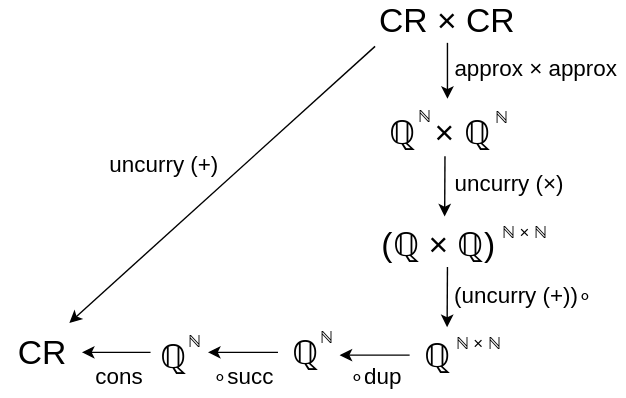
The draw.io diagram images/diagrams/sum.svg in tiago-bacelar/masters-thesis, before a commit. Source tidied: cells renumbered, new cells last; positions are measured from the earlier drawing's top-left corner, leaving out a move shared by most shapes. The source it was exported from:
```xml
<mxGraphModel>
  <root>
    <mxCell id="0" />
    <mxCell id="1" parent="0" />
    <mxCell id="2" value="&lt;font style=&quot;font-size: 24px;&quot;&gt;CR&amp;nbsp;&lt;/font&gt;&lt;font style=&quot;font-size: 24px;&quot;&gt;×&lt;/font&gt;&lt;font style=&quot;font-size: 24px;&quot;&gt;&amp;nbsp;CR&lt;/font&gt;" style="text;html=1;whiteSpace=wrap;strokeColor=none;fillColor=none;align=center;verticalAlign=middle;rounded=0;" parent="1" vertex="1">
      <mxGeometry x="260" width="118" height="30" as="geometry" />
    </mxCell>
    <mxCell id="3" style="endArrow=classic;html=1;rounded=0;" parent="1" edge="1">
      <mxGeometry relative="1" as="geometry">
        <mxPoint x="319" y="30" as="sourcePoint" />
        <mxPoint x="319" y="70" as="targetPoint" />
      </mxGeometry>
    </mxCell>
    <mxCell id="4" value="&lt;font style=&quot;font-size: 24px;&quot;&gt;ℚ&lt;/font&gt;&lt;font style=&quot;font-size: 24px;&quot;&gt;&amp;nbsp;&lt;/font&gt;&lt;font style=&quot;font-size: 24px;&quot;&gt;&amp;nbsp;×&lt;/font&gt;&lt;font style=&quot;font-size: 24px;&quot;&gt;&amp;nbsp;&lt;/font&gt;&lt;font style=&quot;font-size: 24px;&quot;&gt;ℚ&lt;/font&gt;" style="text;html=1;whiteSpace=wrap;strokeColor=none;fillColor=none;align=center;verticalAlign=middle;rounded=0;" parent="1" vertex="1">
      <mxGeometry x="255" y="80" width="118" height="30" as="geometry" />
    </mxCell>
    <mxCell id="5" value="&lt;font&gt;ℕ&lt;/font&gt;" style="text;html=1;whiteSpace=wrap;strokeColor=none;fillColor=none;align=center;verticalAlign=middle;rounded=0;" parent="1" vertex="1">
      <mxGeometry x="288" y="73" width="30" height="20" as="geometry" />
    </mxCell>
    <mxCell id="6" value="&lt;font&gt;ℕ&lt;/font&gt;" style="text;html=1;whiteSpace=wrap;strokeColor=none;fillColor=none;align=center;verticalAlign=middle;rounded=0;" parent="1" vertex="1">
      <mxGeometry x="343" y="74" width="30" height="20" as="geometry" />
    </mxCell>
    <mxCell id="7" value="&lt;font style=&quot;font-size: 24px;&quot;&gt;(&lt;/font&gt;&lt;font style=&quot;font-size: 24px;&quot;&gt;ℚ&lt;/font&gt;&lt;font style=&quot;font-size: 24px;&quot;&gt;&amp;nbsp;×&amp;nbsp;&lt;/font&gt;&lt;font style=&quot;font-size: 24px;&quot;&gt;ℚ)&lt;/font&gt;" style="text;html=1;whiteSpace=wrap;strokeColor=none;fillColor=none;align=center;verticalAlign=middle;rounded=0;" parent="1" vertex="1">
      <mxGeometry x="254" y="160" width="118" height="30" as="geometry" />
    </mxCell>
    <mxCell id="8" style="endArrow=classic;html=1;rounded=0;" parent="1" edge="1">
      <mxGeometry relative="1" as="geometry">
        <mxPoint x="319" y="190" as="sourcePoint" />
        <mxPoint x="318.8" y="233" as="targetPoint" />
      </mxGeometry>
    </mxCell>
    <mxCell id="9" value="&lt;font style=&quot;font-size: 24px;&quot;&gt;ℚ&lt;/font&gt;" style="text;html=1;whiteSpace=wrap;strokeColor=none;fillColor=none;align=center;verticalAlign=middle;rounded=0;" parent="1" vertex="1">
      <mxGeometry x="204" y="237" width="28" height="30" as="geometry" />
    </mxCell>
    <mxCell id="10" value="&lt;font&gt;ℕ&lt;/font&gt;" style="text;html=1;whiteSpace=wrap;strokeColor=none;fillColor=none;align=center;verticalAlign=middle;rounded=0;" parent="1" vertex="1">
      <mxGeometry x="218" y="231" width="30" height="20" as="geometry" />
    </mxCell>
    <mxCell id="11" style="endArrow=classic;html=1;rounded=0;" parent="1" edge="1">
      <mxGeometry relative="1" as="geometry">
        <mxPoint x="198" y="251" as="sourcePoint" />
        <mxPoint x="148" y="251" as="targetPoint" />
      </mxGeometry>
    </mxCell>
    <mxCell id="12" value="&lt;font style=&quot;font-size: 24px;&quot;&gt;ℚ&lt;/font&gt;" style="text;html=1;whiteSpace=wrap;strokeColor=none;fillColor=none;align=center;verticalAlign=middle;rounded=0;" parent="1" vertex="1">
      <mxGeometry x="109.5" y="240" width="28" height="30" as="geometry" />
    </mxCell>
    <mxCell id="13" value="&lt;font&gt;ℕ&lt;/font&gt;" style="text;html=1;whiteSpace=wrap;strokeColor=none;fillColor=none;align=center;verticalAlign=middle;rounded=0;" parent="1" vertex="1">
      <mxGeometry x="123.5" y="234" width="30" height="20" as="geometry" />
    </mxCell>
    <mxCell id="14" style="endArrow=classic;html=1;rounded=0;" parent="1" edge="1">
      <mxGeometry relative="1" as="geometry">
        <mxPoint x="107" y="251" as="sourcePoint" />
        <mxPoint x="58" y="251" as="targetPoint" />
      </mxGeometry>
    </mxCell>
    <mxCell id="15" value="&lt;font style=&quot;font-size: 24px;&quot;&gt;CR&lt;/font&gt;" style="text;html=1;whiteSpace=wrap;strokeColor=none;fillColor=none;align=center;verticalAlign=middle;rounded=0;" parent="1" vertex="1">
      <mxGeometry y="237" width="60" height="30" as="geometry" />
    </mxCell>
    <mxCell id="16" style="endArrow=classic;html=1;rounded=0;exitX=0.062;exitY=1.084;exitDx=0;exitDy=0;exitPerimeter=0;" parent="1" edge="1" source="2">
      <mxGeometry relative="1" as="geometry">
        <mxPoint x="49" y="230" as="targetPoint" />
      </mxGeometry>
    </mxCell>
    <mxCell id="17" value="&lt;font style=&quot;font-size: 16px;&quot;&gt;cons&lt;/font&gt;" style="text;html=1;whiteSpace=wrap;strokeColor=none;fillColor=none;align=center;verticalAlign=middle;rounded=0;" parent="1" vertex="1">
      <mxGeometry x="55" y="253" width="60" height="30" as="geometry" />
    </mxCell>
    <mxCell id="18" style="endArrow=classic;html=1;rounded=0;" parent="1" edge="1">
      <mxGeometry relative="1" as="geometry">
        <mxPoint x="317.2" y="111" as="sourcePoint" />
        <mxPoint x="317" y="154" as="targetPoint" />
      </mxGeometry>
    </mxCell>
    <mxCell id="19" value="&lt;font style=&quot;font-size: 16px;&quot;&gt;uncurry (+)&lt;/font&gt;" style="text;html=1;whiteSpace=wrap;strokeColor=none;fillColor=none;align=center;verticalAlign=middle;rounded=0;" parent="1" vertex="1">
      <mxGeometry x="72" y="102" width="90" height="30" as="geometry" />
    </mxCell>
    <mxCell id="20" value="&lt;span style=&quot;font-weight: normal;&quot;&gt;&lt;font style=&quot;font-size: 16px;&quot;&gt;∘&lt;/font&gt;&lt;/span&gt;&lt;font style=&quot;font-size: 16px;&quot;&gt;succ&lt;/font&gt;&lt;span style=&quot;font-weight: normal;&quot;&gt;&lt;font style=&quot;font-size: 16px;&quot;&gt;&amp;nbsp;&lt;/font&gt;&lt;/span&gt;" style="text;html=1;whiteSpace=wrap;strokeColor=none;fillColor=none;align=center;verticalAlign=middle;rounded=0;" parent="1" vertex="1">
      <mxGeometry x="146" y="253" width="60" height="30" as="geometry" />
    </mxCell>
    <mxCell id="21" value="&lt;font style=&quot;font-size: 16px;&quot;&gt;(uncurry (+))&lt;/font&gt;&lt;span style=&quot;font-weight: normal;&quot;&gt;&lt;font style=&quot;font-size: 16px;&quot;&gt;∘&lt;/font&gt;&lt;/span&gt;" style="text;html=1;whiteSpace=wrap;strokeColor=none;fillColor=none;align=center;verticalAlign=middle;rounded=0;" parent="1" vertex="1">
      <mxGeometry x="318" y="195" width="111" height="30" as="geometry" />
    </mxCell>
    <mxCell id="22" value="&lt;font style=&quot;font-size: 16px;&quot;&gt;approx&amp;nbsp;&lt;/font&gt;&lt;font style=&quot;font-size: 16px;&quot;&gt;×&lt;/font&gt;&lt;font style=&quot;font-size: 16px;&quot;&gt; approx&lt;/font&gt;" style="text;html=1;whiteSpace=wrap;strokeColor=none;fillColor=none;align=center;verticalAlign=middle;rounded=0;" parent="1" vertex="1">
      <mxGeometry x="318" y="33" width="129" height="30" as="geometry" />
    </mxCell>
    <mxCell id="23" value="&lt;font style=&quot;font-size: 16px;&quot;&gt;uncurry (&lt;/font&gt;&lt;font style=&quot;font-size: 16px;&quot;&gt;×&lt;/font&gt;&lt;font style=&quot;font-size: 16px;&quot;&gt;)&lt;/font&gt;" style="text;html=1;whiteSpace=wrap;strokeColor=none;fillColor=none;align=center;verticalAlign=middle;rounded=0;" parent="1" vertex="1">
      <mxGeometry x="318" y="115" width="91" height="30" as="geometry" />
    </mxCell>
    <mxCell id="24" value="&lt;font&gt;ℕ&amp;nbsp;&lt;/font&gt;&lt;font&gt;×&amp;nbsp;&lt;/font&gt;&lt;font&gt;ℕ&lt;/font&gt;&lt;font style=&quot;font-size: 24px;&quot;&gt;&lt;/font&gt;" style="text;html=1;whiteSpace=wrap;strokeColor=none;fillColor=none;align=center;verticalAlign=middle;rounded=0;" parent="1" vertex="1">
      <mxGeometry x="354" y="152" width="41" height="20" as="geometry" />
    </mxCell>
    <mxCell id="25" value="&lt;font style=&quot;font-size: 16px;&quot;&gt;&lt;/font&gt;&lt;span style=&quot;font-weight: normal;&quot;&gt;&lt;font style=&quot;font-size: 16px;&quot;&gt;∘&lt;/font&gt;&lt;/span&gt;&lt;font style=&quot;font-size: 16px;&quot;&gt;dup&lt;/font&gt;" style="text;whiteSpace=wrap;html=1;" parent="1" vertex="1">
      <mxGeometry x="248" y="252" width="40" height="30" as="geometry" />
    </mxCell>
    <mxCell id="26" value="&lt;font style=&quot;font-size: 24px;&quot;&gt;ℚ&lt;/font&gt;" style="text;html=1;whiteSpace=wrap;strokeColor=none;fillColor=none;align=center;verticalAlign=middle;rounded=0;" parent="1" vertex="1">
      <mxGeometry x="298" y="239" width="28" height="30" as="geometry" />
    </mxCell>
    <mxCell id="27" value="&lt;font&gt;ℕ&amp;nbsp;&lt;/font&gt;&lt;font&gt;×&amp;nbsp;&lt;/font&gt;&lt;font&gt;ℕ&lt;/font&gt;&lt;font style=&quot;font-size: 24px;&quot;&gt;&lt;/font&gt;" style="text;html=1;whiteSpace=wrap;strokeColor=none;fillColor=none;align=center;verticalAlign=middle;rounded=0;" parent="1" vertex="1">
      <mxGeometry x="321" y="231" width="41" height="20" as="geometry" />
    </mxCell>
    <mxCell id="28" style="endArrow=classic;html=1;rounded=0;" parent="1" edge="1">
      <mxGeometry relative="1" as="geometry">
        <mxPoint x="292" y="253" as="sourcePoint" />
        <mxPoint x="242" y="253" as="targetPoint" />
      </mxGeometry>
    </mxCell>
  </root>
</mxGraphModel>
```
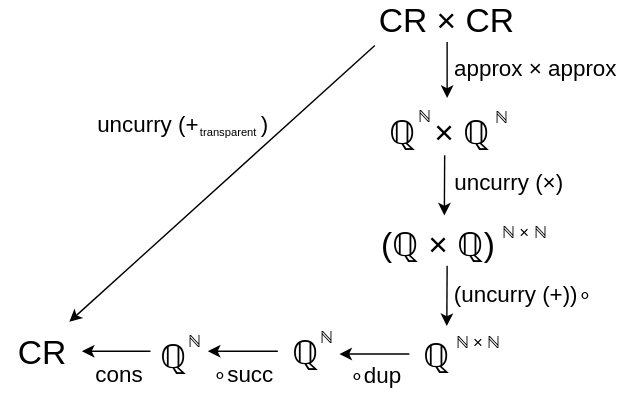
Above is the later version.

What changed in the source:
```diff
@@ -70,8 +70,8 @@
         <mxPoint x="317" y="154" as="targetPoint" />
       </mxGeometry>
     </mxCell>
-    <mxCell id="19" value="&lt;font style=&quot;font-size: 16px;&quot;&gt;uncurry (+)&lt;/font&gt;" style="text;html=1;whiteSpace=wrap;strokeColor=none;fillColor=none;align=center;verticalAlign=middle;rounded=0;" parent="1" vertex="1">
-      <mxGeometry x="72" y="102" width="90" height="30" as="geometry" />
+    <mxCell id="19" value="&lt;font style=&quot;font-size: 16px;&quot;&gt;uncurry (+&amp;nbsp; &amp;nbsp; &amp;nbsp; &amp;nbsp; &amp;nbsp; )&lt;/font&gt;" style="text;html=1;whiteSpace=wrap;strokeColor=none;fillColor=none;align=center;verticalAlign=middle;rounded=0;" parent="1" vertex="1">
+      <mxGeometry x="67.5" y="73" width="125" height="30" as="geometry" />
     </mxCell>
     <mxCell id="20" value="&lt;span style=&quot;font-weight: normal;&quot;&gt;&lt;font style=&quot;font-size: 16px;&quot;&gt;∘&lt;/font&gt;&lt;/span&gt;&lt;font style=&quot;font-size: 16px;&quot;&gt;succ&lt;/font&gt;&lt;span style=&quot;font-weight: normal;&quot;&gt;&lt;font style=&quot;font-size: 16px;&quot;&gt;&amp;nbsp;&lt;/font&gt;&lt;/span&gt;" style="text;html=1;whiteSpace=wrap;strokeColor=none;fillColor=none;align=center;verticalAlign=middle;rounded=0;" parent="1" vertex="1">
       <mxGeometry x="146" y="253" width="60" height="30" as="geometry" />
@@ -103,5 +103,8 @@
         <mxPoint x="242" y="253" as="targetPoint" />
       </mxGeometry>
     </mxCell>
+    <mxCell id="29" value="&lt;font style=&quot;font-size: 8px;&quot;&gt;transparent&lt;/font&gt;" style="text;html=1;whiteSpace=wrap;strokeColor=none;fillColor=none;align=center;verticalAlign=middle;rounded=0;" parent="1" vertex="1">
+      <mxGeometry x="132.5" y="78.5" width="60" height="30" as="geometry" />
+    </mxCell>
   </root>
 </mxGraphModel>
```
